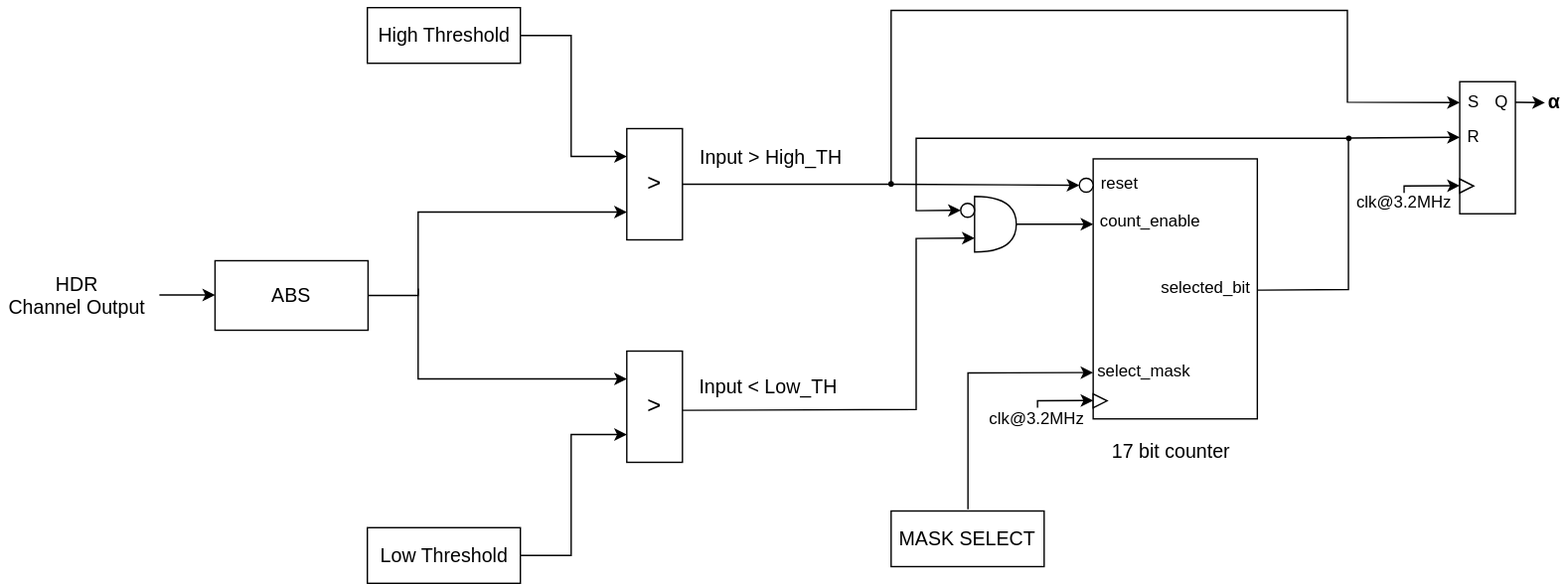
tremon36/miTFM keeps this draw.io diagram as diagramas_tfm/alpha_block.svg. Above is the earlier version. Source tidied: cells renumbered, new cells last; positions are measured from the earlier drawing's top-left corner, leaving out a move shared by most shapes.
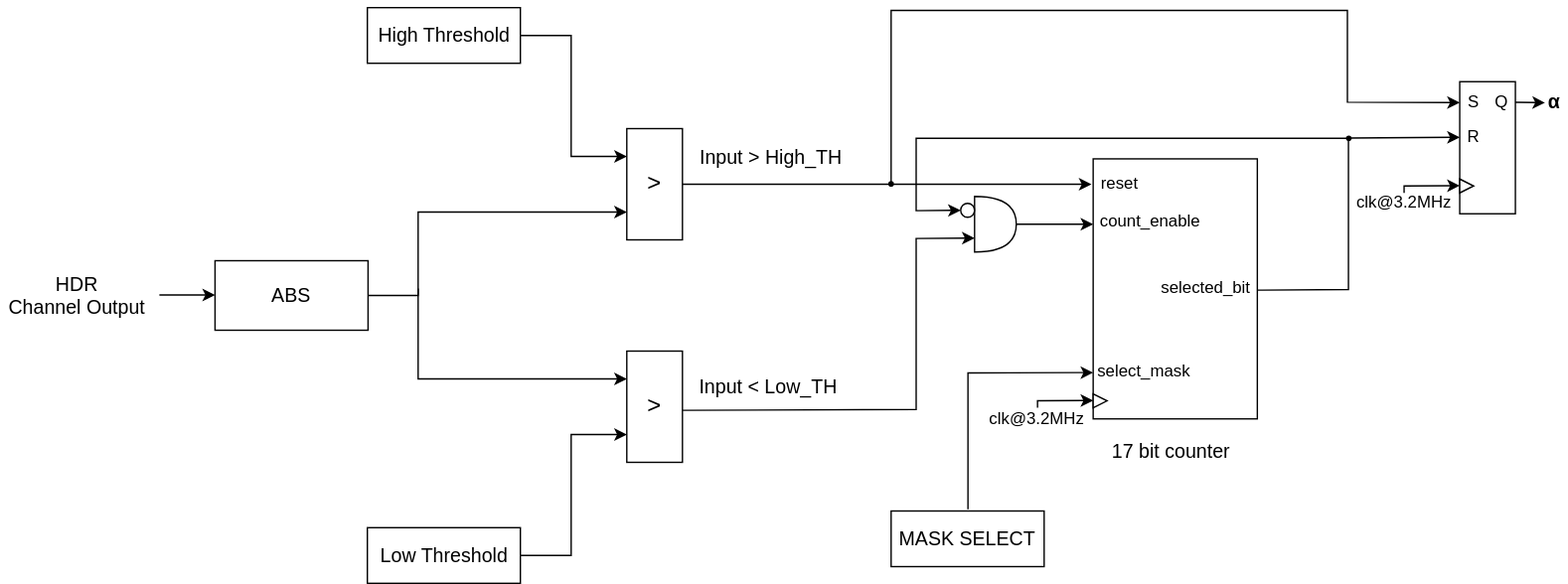
After the commit.

Change to the diagram source:
```diff
@@ -179,14 +179,12 @@
     <mxCell id="38" style="ellipse;whiteSpace=wrap;html=1;" parent="1" vertex="1">
       <mxGeometry x="690" y="140.8" width="10" height="10" as="geometry" />
     </mxCell>
-    <mxCell id="39" style="endArrow=classic;html=1;rounded=0;entryX=0;entryY=0.5;entryDx=0;entryDy=0;" parent="1" edge="1" target="40">
+    <mxCell id="39" style="endArrow=classic;html=1;rounded=0;" parent="1" edge="1">
       <mxGeometry relative="1" as="geometry">
         <mxPoint x="640" y="127" as="sourcePoint" />
+        <mxPoint x="784" y="127" as="targetPoint" />
       </mxGeometry>
     </mxCell>
-    <mxCell id="40" style="ellipse;whiteSpace=wrap;html=1;" parent="1" vertex="1">
-      <mxGeometry x="775.2" y="122.8" width="10" height="10" as="geometry" />
-    </mxCell>
     <mxCell id="41" style="endArrow=classic;html=1;rounded=0;" parent="1" edge="1">
       <mxGeometry relative="1" as="geometry">
         <mxPoint x="1088.8" y="68.1" as="sourcePoint" />
```
